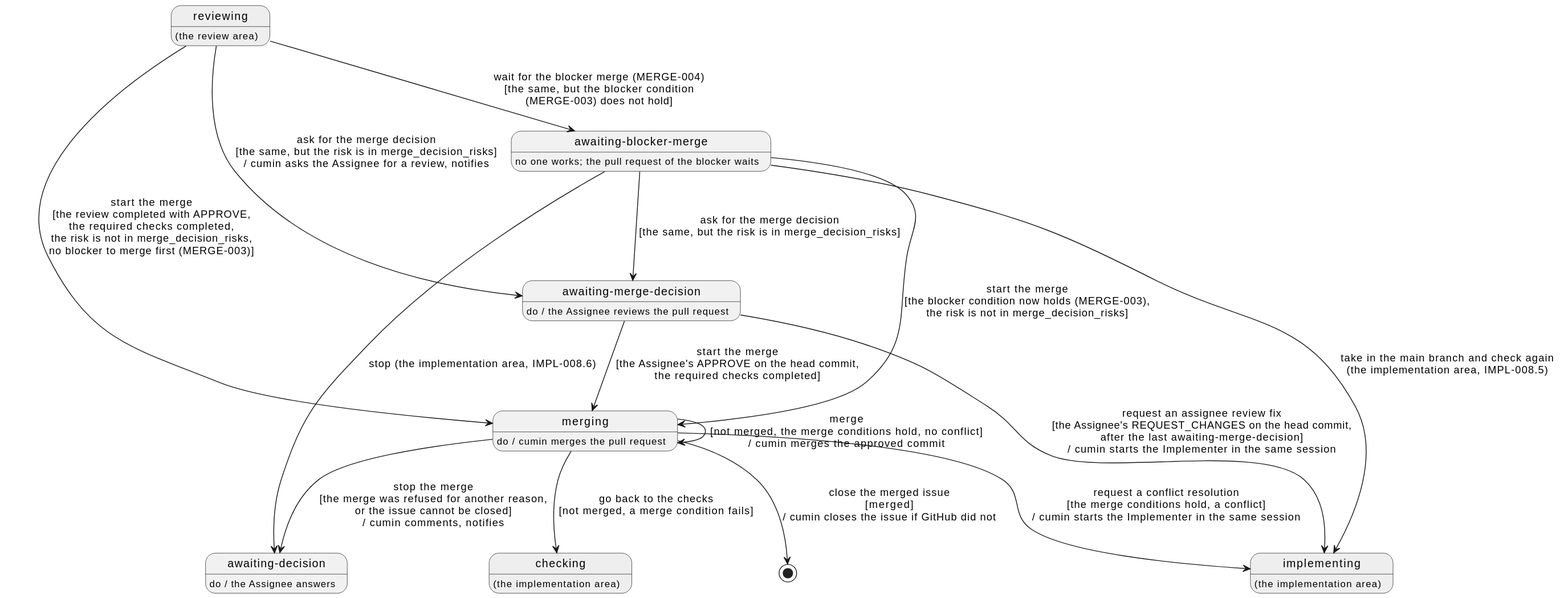
Before: docs/ja/requirements/merge/overview.svg, a diagram exported from PlantUML (cloveclovedev/cumin-works).
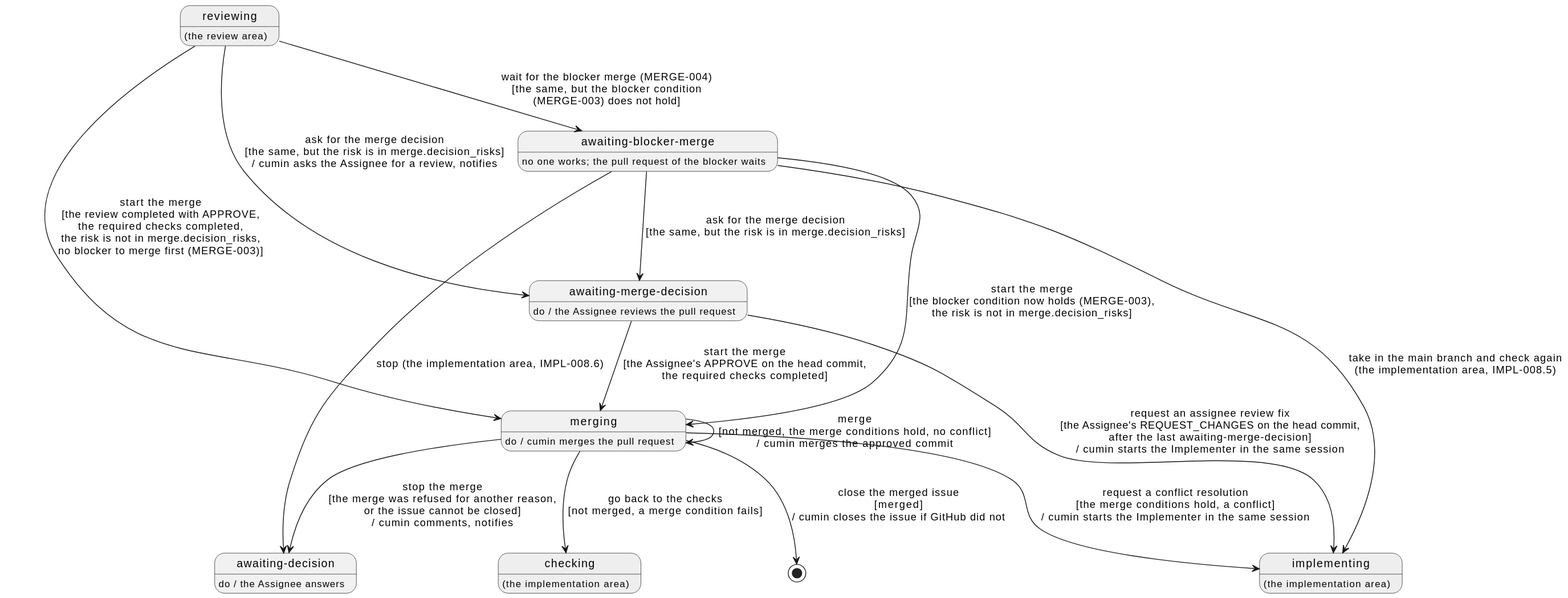
Above is the later version.

Change to the diagram source:
```diff
@@ -23,14 +23,14 @@
 state "awaiting-decision" as Decision
 Decision : do / the Assignee answers
 
-Reviewing --> Merging : start the merge\n[the review completed with APPROVE,\nthe required checks completed,\nthe risk is not in merge_decision_risks,\nno blocker to merge first (MERGE-003)]
-Reviewing --> MergeDecision : ask for the merge decision\n[the same, but the risk is in merge_decision_risks]\n/ cumin asks the Assignee for a review, notifies
+Reviewing --> Merging : start the merge\n[the review completed with APPROVE,\nthe required checks completed,\nthe risk is not in merge.decision_risks,\nno blocker to merge first (MERGE-003)]
+Reviewing --> MergeDecision : ask for the merge decision\n[the same, but the risk is in merge.decision_risks]\n/ cumin asks the Assignee for a review, notifies
 MergeDecision --> Merging : start the merge\n[the Assignee's APPROVE on the head commit,\nthe required checks completed]
 MergeDecision --> Implementing : request an assignee review fix\n[the Assignee's REQUEST_CHANGES on the head commit,\nafter the last awaiting-merge-decision]\n/ cumin starts the Implementer in the same session
 Reviewing --> AwaitingBase : wait for the blocker merge (MERGE-004)\n[the same, but the blocker condition\n(MERGE-003) does not hold]
 AwaitingBase --> Implementing : take in the main branch and check again\n(the implementation area, IMPL-008.5)
-AwaitingBase --> Merging : start the merge\n[the blocker condition now holds (MERGE-003),\nthe risk is not in merge_decision_risks]
-AwaitingBase --> MergeDecision : ask for the merge decision\n[the same, but the risk is in merge_decision_risks]
+AwaitingBase --> Merging : start the merge\n[the blocker condition now holds (MERGE-003),\nthe risk is not in merge.decision_risks]
+AwaitingBase --> MergeDecision : ask for the merge decision\n[the same, but the risk is in merge.decision_risks]
 AwaitingBase --> Decision : stop (the implementation area, IMPL-008.6)
 Merging --> Merging : merge\n[not merged, the merge conditions hold, no conflict]\n/ cumin merges the approved commit
 Merging --> [*] : close the merged issue\n[merged]\n/ cumin closes the issue if GitHub did not
```
